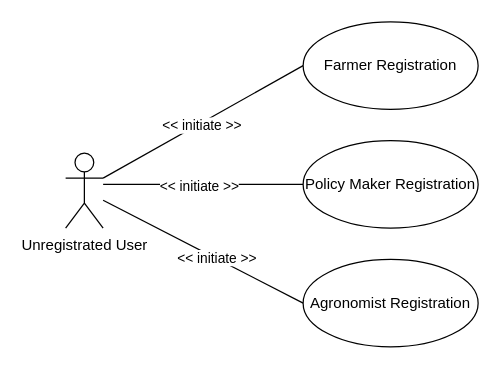
Before: page "Unregistered User" (1 of 5) of RASD/diagrams/UseCaseModel.drawio in ictar/DREAM-SE2-Project-2022, a draw.io diagram. Source tidied: cells renumbered, new cells numbered last; positions are measured from the earlier drawing's top-left corner, leaving out a move shared by most shapes. Both pictures are drawn from the tidied source at 125%, with x=0, y=0 at pixel (65, 21).
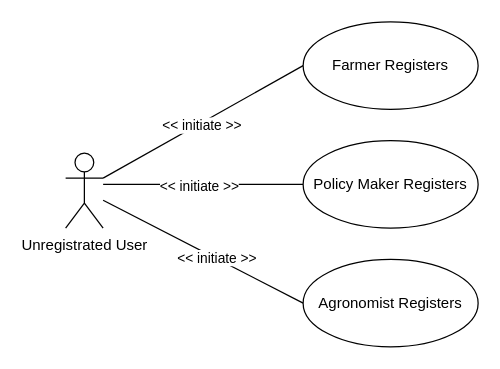
The same diagram, later.

Change to the diagram source:
```diff
@@
 <mxGraphModel>
   <root>
     <mxCell id="0" />
     <mxCell id="1" parent="0" />
     <mxCell id="2" style="rounded=0;jettySize=auto;html=1;exitX=1;exitY=0.3333333333333333;exitDx=0;exitDy=0;exitPerimeter=0;entryX=0;entryY=0.5;entryDx=0;entryDy=0;endArrow=none;endFill=0;" parent="1" edge="1" source="8" target="9">
       <mxGeometry relative="1" as="geometry" />
     </mxCell>
     <mxCell id="3" value="&amp;lt;&amp;lt; initiate &amp;gt;&amp;gt;" style="edgeLabel;html=1;align=center;verticalAlign=middle;" parent="2" vertex="1">
       <mxGeometry x="-0.03" y="-1" relative="1" as="geometry" />
     </mxCell>
     <mxCell id="4" style="edgeStyle=none;rounded=0;jettySize=auto;html=1;entryX=0;entryY=0.5;entryDx=0;entryDy=0;endArrow=none;endFill=0;" parent="1" edge="1" target="10">
       <mxGeometry relative="1" as="geometry">
         <mxPoint x="30" y="130" as="sourcePoint" />
       </mxGeometry>
     </mxCell>
     <mxCell id="5" value="&amp;lt;&amp;lt; initiate &amp;gt;&amp;gt;" style="edgeLabel;html=1;align=center;verticalAlign=middle;" parent="4" vertex="1">
       <mxGeometry x="-0.05" y="-1" relative="1" as="geometry" />
     </mxCell>
     <mxCell id="6" style="edgeStyle=none;rounded=0;jettySize=auto;html=1;entryX=0;entryY=0.5;entryDx=0;entryDy=0;endArrow=none;endFill=0;" parent="1" edge="1" source="8" target="11">
       <mxGeometry relative="1" as="geometry" />
     </mxCell>
     <mxCell id="7" value="&amp;lt;&amp;lt; initiate &amp;gt;&amp;gt;" style="edgeLabel;html=1;align=center;verticalAlign=middle;" parent="6" vertex="1">
       <mxGeometry x="0.12" y="1" relative="1" as="geometry" />
     </mxCell>
     <mxCell id="8" value="Unregistrated User" style="shape=umlActor;verticalLabelPosition=bottom;verticalAlign=top;html=1;" parent="1" vertex="1">
       <mxGeometry y="105" width="30" height="60" as="geometry" />
     </mxCell>
-    <mxCell id="9" value="Farmer Registration" style="ellipse;whiteSpace=wrap;html=1;" parent="1" vertex="1">
+    <mxCell id="9" value="Farmer Registers" style="ellipse;whiteSpace=wrap;html=1;" parent="1" vertex="1">
       <mxGeometry x="190" width="140" height="70" as="geometry" />
     </mxCell>
-    <mxCell id="10" value="Policy Maker Registration" style="ellipse;whiteSpace=wrap;html=1;" parent="1" vertex="1">
+    <mxCell id="10" value="Policy Maker Registers" style="ellipse;whiteSpace=wrap;html=1;" parent="1" vertex="1">
       <mxGeometry x="190" y="95" width="140" height="70" as="geometry" />
     </mxCell>
-    <mxCell id="11" value="Agronomist Registration" style="ellipse;whiteSpace=wrap;html=1;" parent="1" vertex="1">
+    <mxCell id="11" value="Agronomist Registers" style="ellipse;whiteSpace=wrap;html=1;" parent="1" vertex="1">
       <mxGeometry x="190" y="190" width="140" height="70" as="geometry" />
     </mxCell>
   </root>
 </mxGraphModel>
```
